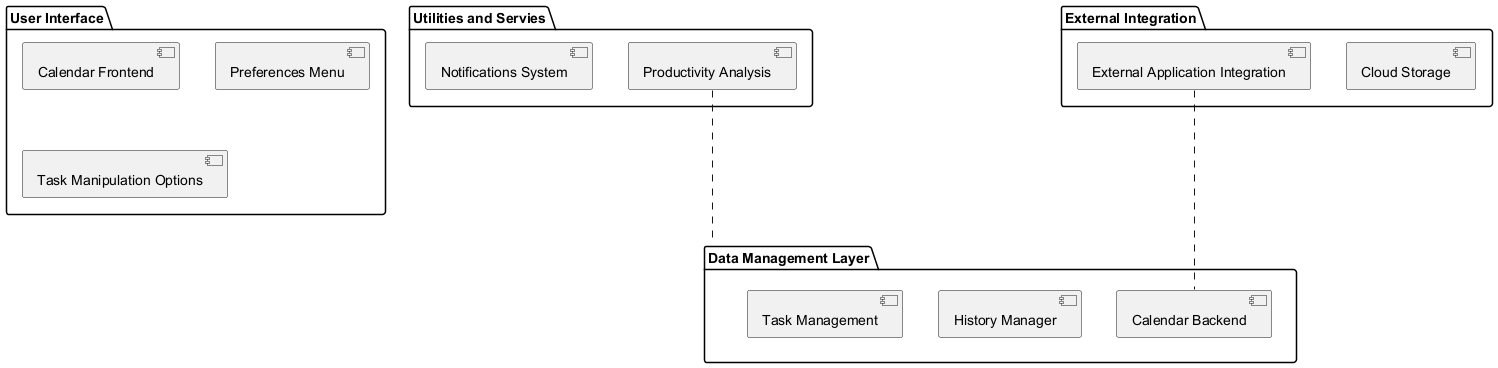
The PlantUML diagram plantuml/plantuml.png in CS361-2024Fall-Term/Innovators, before a commit.
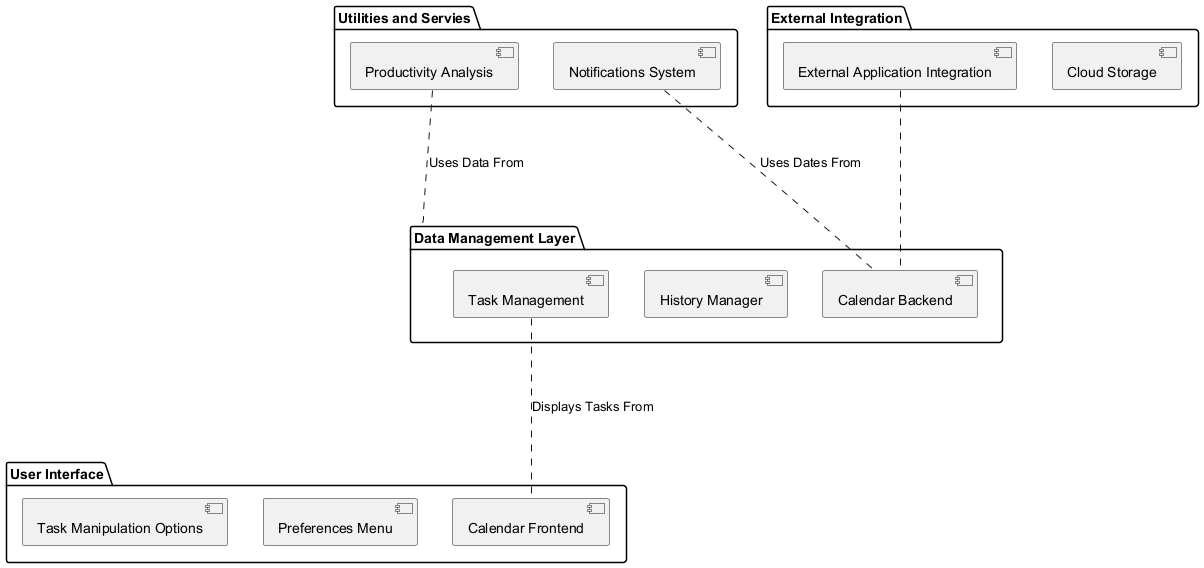
Later version of the same file.

Commit message:
add nitification-calendar connection in plantuml

What changed in the source:
```diff
@@ -9,13 +9,14 @@
 package "Data Management Layer"{
     [Calendar Backend]
     [History Manager]
-    [Task Management]
+    [Task Management] ... [Calendar Frontend] : Displays Tasks From
 }
 
 package "Utilities and Servies"{
-    [Productivity Analysis] ... [Data Management Layer]
-    [Notifications System]
+    [Productivity Analysis] ... [Data Management Layer] : Uses Data From
+    [Notifications System] ... [Calendar Backend] : Uses Dates From
 }
+
 
 package "External Integration"{
     [Cloud Storage]
```
